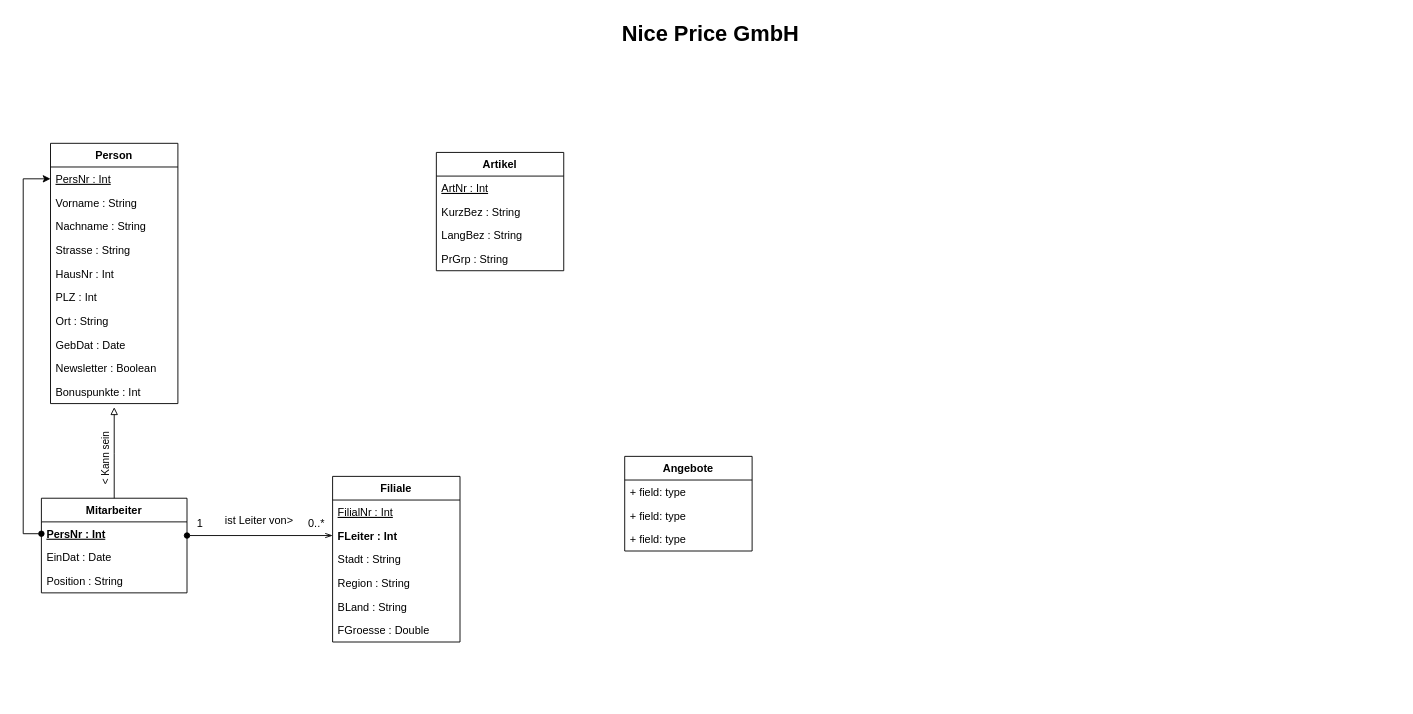
This is NicePriceUML.drawio from Resteklicken/DBS, a draw.io file, before an edit. Source tidied: cells renumbered, new cells numbered last; positions are measured from the earlier drawing's top-left corner, leaving out a move shared by most shapes. Both pictures are drawn from the tidied source at 91%, with x=0, y=0 at pixel (23, 15).
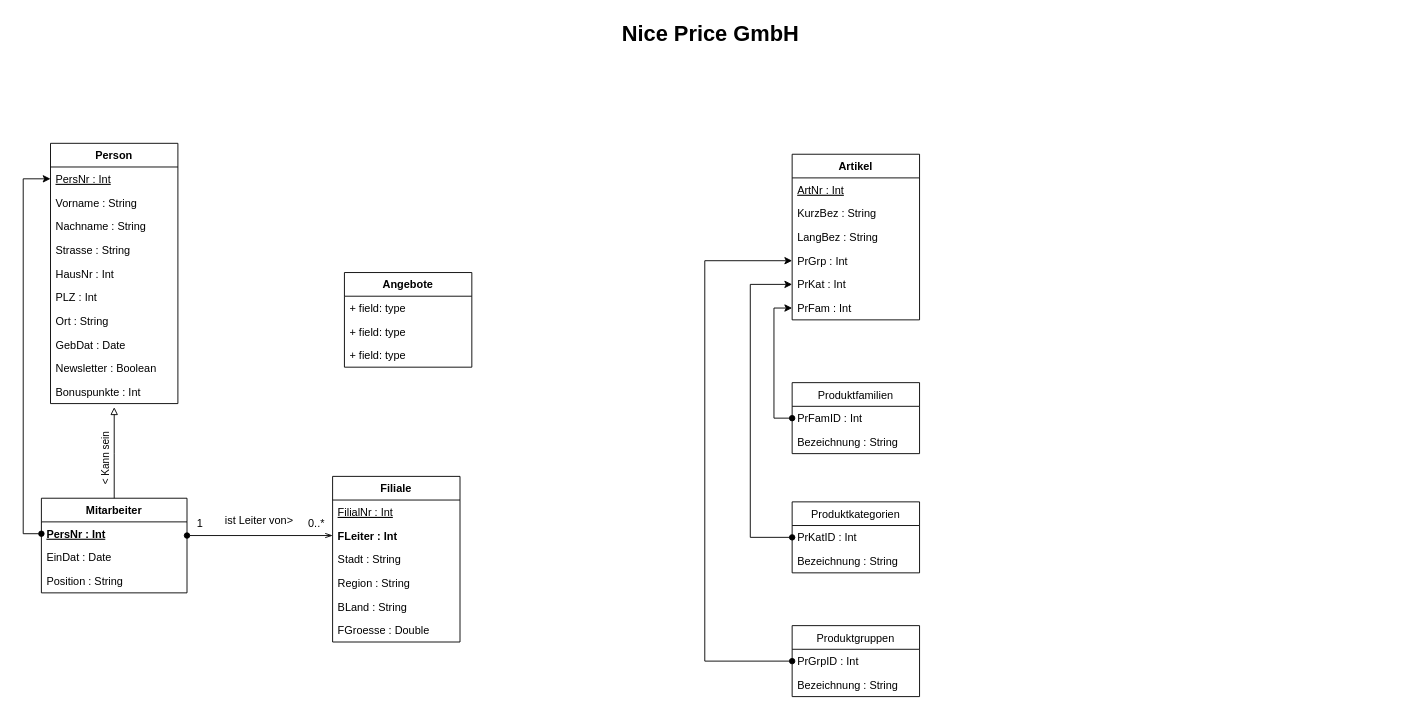
The same page after the edit.

The edit, as a diff of the source:
```diff
@@
     <mxCell id="27" value="Artikel" style="swimlane;fontStyle=1;horizontal=1;startSize=26;fillColor=none;" parent="1" vertex="1">
-      <mxGeometry x="454" y="150" width="140" height="130" as="geometry" />
+      <mxGeometry x="845" y="152" width="140" height="182" as="geometry" />
     </mxCell>
@@
-    <mxCell id="31" value="PrGrp : String" style="text;strokeColor=none;fillColor=none;align=left;verticalAlign=top;spacingLeft=4;spacingRight=4;overflow=hidden;points=[[0,0.5],[1,0.5]];portConstraint=eastwest;" parent="27" vertex="1">
+    <mxCell id="31" value="PrGrp : Int&#10;" style="text;strokeColor=none;fillColor=none;align=left;verticalAlign=top;spacingLeft=4;spacingRight=4;overflow=hidden;points=[[0,0.5],[1,0.5]];portConstraint=eastwest;" parent="27" vertex="1">
       <mxGeometry y="104" width="140" height="26" as="geometry" />
     </mxCell>
+    <mxCell id="41" value="PrKat : Int" style="text;strokeColor=none;fillColor=none;align=left;verticalAlign=top;spacingLeft=4;spacingRight=4;overflow=hidden;points=[[0,0.5],[1,0.5]];portConstraint=eastwest;" parent="27" vertex="1">
+      <mxGeometry y="130" width="140" height="26" as="geometry" />
+    </mxCell>
+    <mxCell id="42" value="PrFam : Int" style="text;strokeColor=none;fillColor=none;align=left;verticalAlign=top;spacingLeft=4;spacingRight=4;overflow=hidden;points=[[0,0.5],[1,0.5]];portConstraint=eastwest;" parent="27" vertex="1">
+      <mxGeometry y="156" width="140" height="26" as="geometry" />
+    </mxCell>
@@
     <mxCell id="37" value="Angebote" style="swimlane;fontStyle=1;horizontal=1;startSize=26;fillColor=none;" parent="1" vertex="1">
-      <mxGeometry x="661" y="484" width="140" height="104" as="geometry" />
+      <mxGeometry x="353" y="282" width="140" height="104" as="geometry" />
     </mxCell>
@@
+    <mxCell id="43" value="Produktfamilien" style="swimlane;fontStyle=0;horizontal=1;startSize=26;fillColor=none;" parent="1" vertex="1">
+      <mxGeometry x="845" y="403" width="140" height="78" as="geometry" />
+    </mxCell>
+    <mxCell id="44" value="PrFamID : Int" style="text;strokeColor=none;fillColor=none;align=left;verticalAlign=top;spacingLeft=4;spacingRight=4;overflow=hidden;points=[[0,0.5],[1,0.5]];portConstraint=eastwest;" parent="43" vertex="1">
+      <mxGeometry y="26" width="140" height="26" as="geometry" />
+    </mxCell>
+    <mxCell id="45" value="Bezeichnung : String" style="text;strokeColor=none;fillColor=none;align=left;verticalAlign=top;spacingLeft=4;spacingRight=4;overflow=hidden;" parent="43" vertex="1">
+      <mxGeometry y="52" width="140" height="26" as="geometry" />
+    </mxCell>
+    <mxCell id="46" value="Produktgruppen" style="swimlane;fontStyle=0;horizontal=1;startSize=26;fillColor=none;" parent="1" vertex="1">
+      <mxGeometry x="845" y="670" width="140" height="78" as="geometry" />
+    </mxCell>
+    <mxCell id="47" value="PrGrpID : Int" style="text;strokeColor=none;fillColor=none;align=left;verticalAlign=top;spacingLeft=4;spacingRight=4;overflow=hidden;points=[[0,0.5],[1,0.5]];portConstraint=eastwest;" parent="46" vertex="1">
+      <mxGeometry y="26" width="140" height="26" as="geometry" />
+    </mxCell>
+    <mxCell id="48" value="Bezeichnung : String" style="text;strokeColor=none;fillColor=none;align=left;verticalAlign=top;spacingLeft=4;spacingRight=4;overflow=hidden;" parent="46" vertex="1">
+      <mxGeometry y="52" width="140" height="26" as="geometry" />
+    </mxCell>
+    <mxCell id="49" value="Produktkategorien" style="swimlane;fontStyle=0;horizontal=1;startSize=26;fillColor=none;" parent="1" vertex="1">
+      <mxGeometry x="845" y="534" width="140" height="78" as="geometry" />
+    </mxCell>
+    <mxCell id="50" value="PrKatID : Int" style="text;strokeColor=none;fillColor=none;align=left;verticalAlign=top;spacingLeft=4;spacingRight=4;overflow=hidden;points=[[0,0.5],[1,0.5]];portConstraint=eastwest;" parent="49" vertex="1">
+      <mxGeometry y="26" width="140" height="26" as="geometry" />
+    </mxCell>
+    <mxCell id="51" value="Bezeichnung : String" style="text;strokeColor=none;fillColor=none;align=left;verticalAlign=top;spacingLeft=4;spacingRight=4;overflow=hidden;" parent="49" vertex="1">
+      <mxGeometry y="52" width="140" height="26" as="geometry" />
+    </mxCell>
+    <mxCell id="52" style="edgeStyle=orthogonalEdgeStyle;rounded=0;jettySize=auto;html=1;exitX=0;exitY=0.5;exitDx=0;exitDy=0;entryX=0;entryY=0.5;entryDx=0;entryDy=0;startArrow=oval;startFill=1;" parent="1" edge="1" source="44" target="42">
+      <mxGeometry relative="1" as="geometry" />
+    </mxCell>
+    <mxCell id="53" style="edgeStyle=orthogonalEdgeStyle;rounded=0;jettySize=auto;html=1;exitX=0;exitY=0.5;exitDx=0;exitDy=0;entryX=0;entryY=0.5;entryDx=0;entryDy=0;startArrow=oval;startFill=1;" parent="1" edge="1" source="50" target="41">
+      <mxGeometry relative="1" as="geometry">
+        <Array as="points">
+          <mxPoint x="799" y="573" />
+          <mxPoint x="799" y="295" />
+        </Array>
+      </mxGeometry>
+    </mxCell>
+    <mxCell id="54" style="edgeStyle=orthogonalEdgeStyle;rounded=0;jettySize=auto;html=1;startArrow=oval;startFill=1;" parent="1" edge="1" source="47" target="31">
+      <mxGeometry relative="1" as="geometry">
+        <Array as="points">
+          <mxPoint x="749" y="709" />
+          <mxPoint x="749" y="269" />
+        </Array>
+      </mxGeometry>
+    </mxCell>
```
